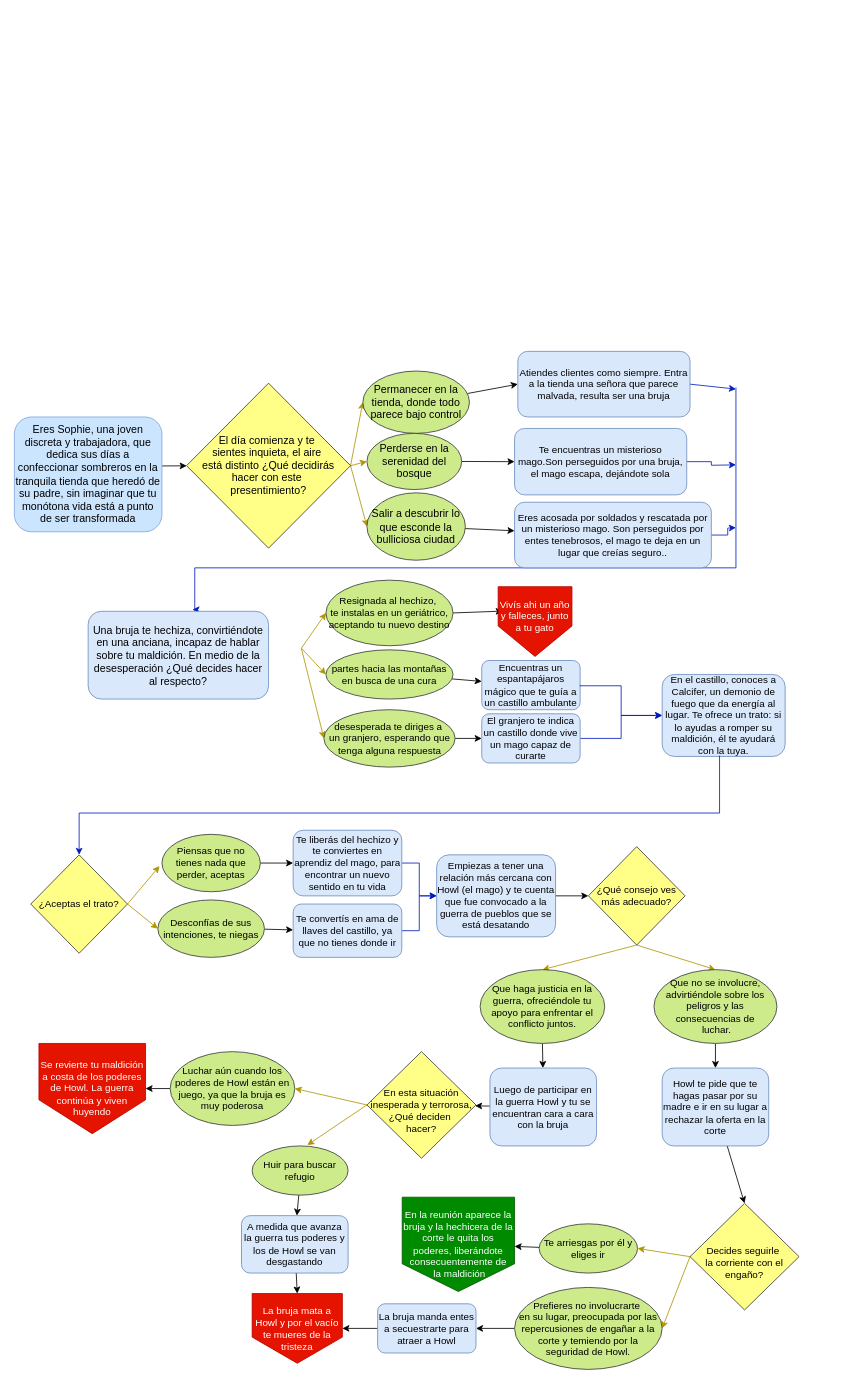
delfinapinto/pmiw keeps this draw.io diagram as Untitled Diagram.drawio. Above is the earlier version. Source tidied: cells renumbered, new cells numbered last; positions are measured from the earlier drawing's top-left corner, leaving out a move shared by most shapes. Both pictures are drawn from the tidied source at 82%, with x=0, y=0 at pixel (14, 351).
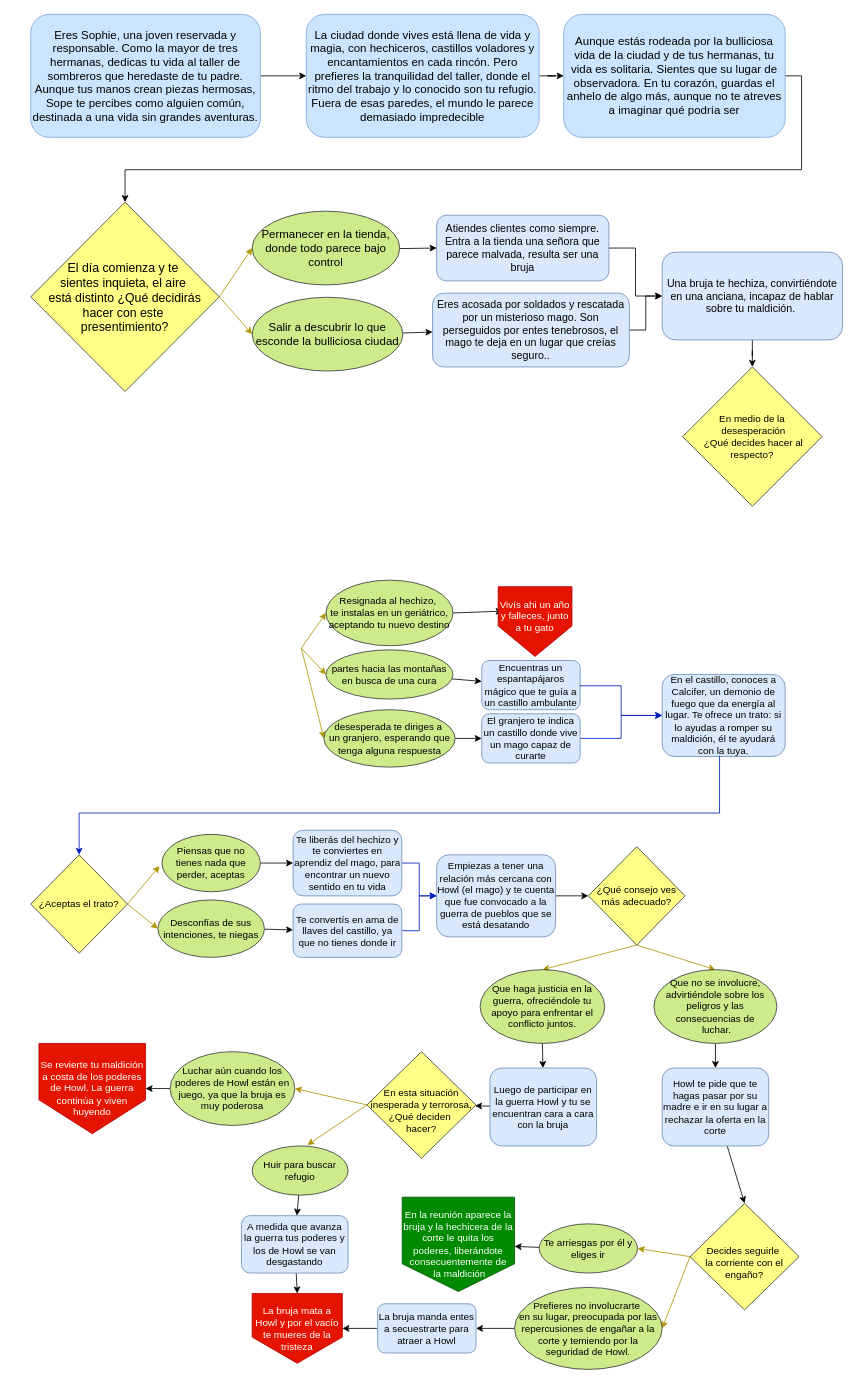
After the change.

Change to the diagram source:
```diff
@@
-    <mxCell id="2" style="rounded=0;jettySize=auto;html=1;fillColor=#1ba1e2;strokeColor=#000000;" parent="1" edge="1" target="7">
-      <mxGeometry relative="1" as="geometry">
-        <mxPoint x="180" y="139.7" as="sourcePoint" />
-      </mxGeometry>
-    </mxCell>
+    <mxCell id="86" style="edgeStyle=orthogonalEdgeStyle;rounded=0;jettySize=auto;html=1;" parent="1" edge="1" source="3" target="91">
+      <mxGeometry relative="1" as="geometry" />
+    </mxCell>
-    <mxCell id="3" value="&lt;font style=&quot;font-size: 13px;&quot;&gt;Eres Sophie, una joven discreta y trabajadora, que dedica sus días a confeccionar sombreros en la tranquila tienda que heredó de su padre, sin imaginar que tu monótona vida está a punto de ser transformada&lt;/font&gt;" style="rounded=1;whiteSpace=wrap;html=1;fontSize=12;glass=0;strokeWidth=1;shadow=0;fillColor=#cce5ff;strokeColor=#7EA6E0;" parent="1" vertex="1">
-      <mxGeometry y="80" width="180" height="140" as="geometry" />
+    <mxCell id="3" value="&lt;font style=&quot;font-size: 14px;&quot;&gt;Eres Sophie, una joven reservada y responsable. Como la mayor de tres hermanas, dedicas tu vida al taller de sombreros que heredaste de tu padre. Aunque tus manos crean piezas hermosas, Sope te percibes como alguien común, destinada a una vida sin grandes aventuras.&lt;/font&gt;" style="rounded=1;whiteSpace=wrap;html=1;fontSize=12;glass=0;strokeWidth=1;shadow=0;fillColor=#cce5ff;strokeColor=#7EA6E0;" parent="1" vertex="1">
+      <mxGeometry x="20" y="-411" width="280" height="150" as="geometry" />
     </mxCell>
@@
-    <mxCell id="5" style="rounded=0;jettySize=auto;html=1;exitX=1;exitY=0.5;exitDx=0;exitDy=0;entryX=0;entryY=0.5;entryDx=0;entryDy=0;fillColor=#e3c800;strokeColor=#B09500;" parent="1" edge="1" source="7" target="11">
-      <mxGeometry relative="1" as="geometry" />
-    </mxCell>
@@
-    <mxCell id="7" value="&lt;font style=&quot;font-size: 13px;&quot;&gt;El día comienza&lt;/font&gt;&lt;span style=&quot;background-color: initial; font-size: 13px;&quot;&gt;&amp;nbsp;y te&amp;nbsp;&lt;/span&gt;&lt;div&gt;&lt;span style=&quot;background-color: initial; font-size: 13px;&quot;&gt;sientes&amp;nbsp;&lt;/span&gt;&lt;span style=&quot;background-color: initial; font-size: 13px;&quot;&gt;inquieta, el aire&amp;nbsp;&lt;/span&gt;&lt;/div&gt;&lt;div&gt;&lt;span style=&quot;background-color: initial; font-size: 13px;&quot;&gt;está distinto&lt;/span&gt;&lt;span style=&quot;font-size: 13px; background-color: initial;&quot;&gt;&amp;nbsp;¿Qué decidirás hacer&amp;nbsp;&lt;/span&gt;&lt;span style=&quot;font-size: 13px; background-color: initial;&quot;&gt;con&amp;nbsp;&lt;/span&gt;&lt;span style=&quot;font-size: 13px; background-color: initial;&quot;&gt;este&amp;nbsp;&lt;/span&gt;&lt;/div&gt;&lt;div&gt;&lt;span style=&quot;font-size: 13px; background-color: initial;&quot;&gt;presentimiento&lt;/span&gt;&lt;span style=&quot;font-size: 13px; background-color: initial;&quot;&gt;?&lt;/span&gt;&lt;/div&gt;" style="rhombus;whiteSpace=wrap;html=1;fillColor=#ffff88;strokeColor=#36393d;" parent="1" vertex="1">
-      <mxGeometry x="210" y="38.8" width="200" height="201.2" as="geometry" />
+    <mxCell id="7" value="&lt;font style=&quot;font-size: 15px;&quot;&gt;&lt;font style=&quot;font-size: 15px;&quot;&gt;El día comienza&lt;/font&gt;&lt;span style=&quot;background-color: initial;&quot;&gt;&amp;nbsp;y te&amp;nbsp;&lt;/span&gt;&lt;/font&gt;&lt;div style=&quot;font-size: 15px;&quot;&gt;&lt;font style=&quot;font-size: 15px;&quot;&gt;&lt;span style=&quot;background-color: initial;&quot;&gt;sientes&amp;nbsp;&lt;/span&gt;&lt;span style=&quot;background-color: initial;&quot;&gt;inquieta, el aire&amp;nbsp;&lt;/span&gt;&lt;/font&gt;&lt;/div&gt;&lt;div style=&quot;font-size: 15px;&quot;&gt;&lt;font style=&quot;font-size: 15px;&quot;&gt;&lt;span style=&quot;background-color: initial;&quot;&gt;está distinto&lt;/span&gt;&lt;span style=&quot;background-color: initial;&quot;&gt;&amp;nbsp;¿Qué decidirás hacer&amp;nbsp;&lt;/span&gt;&lt;span style=&quot;background-color: initial;&quot;&gt;con&amp;nbsp;&lt;/span&gt;&lt;span style=&quot;background-color: initial;&quot;&gt;este&amp;nbsp;&lt;/span&gt;&lt;/font&gt;&lt;/div&gt;&lt;div style=&quot;font-size: 15px;&quot;&gt;&lt;font style=&quot;font-size: 15px;&quot;&gt;&lt;span style=&quot;background-color: initial;&quot;&gt;presentimiento&lt;/span&gt;&lt;span style=&quot;background-color: initial;&quot;&gt;?&lt;/span&gt;&lt;/font&gt;&lt;/div&gt;" style="rhombus;whiteSpace=wrap;html=1;fillColor=#ffff88;strokeColor=#36393d;" parent="1" vertex="1">
+      <mxGeometry x="20" y="-182" width="230" height="231" as="geometry" />
     </mxCell>
@@
-    <mxCell id="9" value="&lt;font style=&quot;font-size: 13px;&quot;&gt;Permanecer en la tienda, donde todo parece bajo control&lt;/font&gt;" style="ellipse;whiteSpace=wrap;html=1;fillColor=#cdeb8b;strokeColor=#36393d;" parent="1" vertex="1">
-      <mxGeometry x="425" y="24" width="130" height="76" as="geometry" />
+    <mxCell id="9" value="&lt;font style=&quot;font-size: 14px;&quot;&gt;Permanecer en la tienda, donde todo parece bajo control&lt;/font&gt;" style="ellipse;whiteSpace=wrap;html=1;fillColor=#cdeb8b;strokeColor=#36393d;" parent="1" vertex="1">
+      <mxGeometry x="290" y="-171" width="180" height="90" as="geometry" />
     </mxCell>
-    <mxCell id="10" style="rounded=0;jettySize=auto;html=1;fillColor=#60a917;strokeColor=#000000;entryX=0;entryY=0.5;entryDx=0;entryDy=0;" parent="1" edge="1" source="11" target="19">
-      <mxGeometry relative="1" as="geometry" />
-    </mxCell>
-    <mxCell id="11" value="&lt;font style=&quot;font-size: 13px;&quot;&gt;Perderse en la serenidad del bosque&lt;/font&gt;" style="ellipse;whiteSpace=wrap;html=1;fillColor=#cdeb8b;strokeColor=#36393d;" parent="1" vertex="1">
-      <mxGeometry x="430" y="100" width="115.5" height="68.5" as="geometry" />
-    </mxCell>
@@
-    <mxCell id="13" value="&lt;font style=&quot;font-size: 13px;&quot;&gt;Salir a descubrir lo que esconde la bulliciosa ciudad&lt;/font&gt;" style="ellipse;whiteSpace=wrap;html=1;fillColor=#cdeb8b;strokeColor=#36393d;" parent="1" vertex="1">
-      <mxGeometry x="430" y="172.5" width="120" height="82.2" as="geometry" />
+    <mxCell id="13" value="&lt;font style=&quot;font-size: 14px;&quot;&gt;Salir a descubrir lo que esconde la bulliciosa ciudad&lt;/font&gt;" style="ellipse;whiteSpace=wrap;html=1;fillColor=#cdeb8b;strokeColor=#36393d;" parent="1" vertex="1">
+      <mxGeometry x="290" y="-66" width="183.8" height="90" as="geometry" />
     </mxCell>
-    <mxCell id="14" style="edgeStyle=orthogonalEdgeStyle;rounded=0;jettySize=auto;html=1;entryX=0.578;entryY=-0.019;entryDx=0;entryDy=0;fillColor=#0050ef;strokeColor=#001DBC;entryPerimeter=0;" parent="1" edge="1" target="23">
-      <mxGeometry relative="1" as="geometry">
-        <mxPoint x="880" y="44" as="sourcePoint" />
-        <Array as="points">
-          <mxPoint x="880" y="264" />
-          <mxPoint x="220" y="264" />
-          <mxPoint x="220" y="315" />
-        </Array>
-      </mxGeometry>
-    </mxCell>
-    <mxCell id="15" style="rounded=0;jettySize=auto;html=1;exitX=1;exitY=0.5;exitDx=0;exitDy=0;fillColor=#0050ef;strokeColor=#001DBC;" parent="1" edge="1" source="16">
-      <mxGeometry relative="1" as="geometry">
-        <mxPoint x="880" y="46" as="targetPoint" />
-      </mxGeometry>
-    </mxCell>
+    <mxCell id="87" style="edgeStyle=orthogonalEdgeStyle;rounded=0;jettySize=auto;html=1;" parent="1" edge="1" source="16" target="23">
+      <mxGeometry relative="1" as="geometry" />
+    </mxCell>
-    <mxCell id="16" value="Atiendes clientes como siempre. Entra a la tienda una señora que parece malvada, resulta ser una bruja" style="whiteSpace=wrap;html=1;rounded=1;fillColor=#dae8fc;strokeColor=#6c8ebf;" parent="1" vertex="1">
-      <mxGeometry x="614" width="210" height="80" as="geometry" />
+    <mxCell id="16" value="&lt;font style=&quot;font-size: 13px;&quot;&gt;Atiendes clientes como siempre. Entra a la tienda una señora que parece malvada, resulta ser una bruja&lt;/font&gt;" style="whiteSpace=wrap;html=1;rounded=1;fillColor=#dae8fc;strokeColor=#6c8ebf;" parent="1" vertex="1">
+      <mxGeometry x="515" y="-166" width="210" height="80" as="geometry" />
     </mxCell>
-    <mxCell id="17" style="rounded=0;jettySize=auto;html=1;fillColor=#6a00ff;strokeColor=#3700CC;" parent="1" edge="1" source="19">
-      <mxGeometry relative="1" as="geometry">
-        <mxPoint x="800" y="140" as="targetPoint" />
-      </mxGeometry>
-    </mxCell>
-    <mxCell id="18" style="edgeStyle=orthogonalEdgeStyle;rounded=0;jettySize=auto;html=1;exitX=1;exitY=0.5;exitDx=0;exitDy=0;fillColor=#0050ef;strokeColor=#001DBC;" parent="1" edge="1" source="19">
-      <mxGeometry relative="1" as="geometry">
-        <mxPoint x="880" y="138.4" as="targetPoint" />
-      </mxGeometry>
-    </mxCell>
-    <mxCell id="19" value="Te encuentras un misterioso mago.Son perseguidos por una bruja, el mago escapa, dejándote sola" style="rounded=1;whiteSpace=wrap;html=1;fillColor=#dae8fc;strokeColor=#6c8ebf;" parent="1" vertex="1">
-      <mxGeometry x="610" y="94" width="210" height="81" as="geometry" />
-    </mxCell>
-    <mxCell id="20" style="edgeStyle=orthogonalEdgeStyle;rounded=0;jettySize=auto;html=1;fillColor=#0050ef;strokeColor=#001DBC;" parent="1" edge="1" source="21">
-      <mxGeometry relative="1" as="geometry">
-        <mxPoint x="880" y="215" as="targetPoint" />
-      </mxGeometry>
-    </mxCell>
+    <mxCell id="88" style="edgeStyle=orthogonalEdgeStyle;rounded=0;jettySize=auto;html=1;" parent="1" edge="1" source="21" target="23">
+      <mxGeometry relative="1" as="geometry" />
+    </mxCell>
-    <mxCell id="21" value="Eres acosada por soldados y rescatada por un misterioso mago. Son perseguidos por entes tenebrosos, el mago te deja en un lugar  que creías seguro.." style="rounded=1;whiteSpace=wrap;html=1;fillColor=#dae8fc;strokeColor=#6c8ebf;" parent="1" vertex="1">
-      <mxGeometry x="610" y="184" width="240" height="80" as="geometry" />
+    <mxCell id="21" value="&lt;font style=&quot;font-size: 13px;&quot;&gt;Eres acosada por soldados y rescatada por un misterioso mago. Son perseguidos por entes tenebrosos, el mago te deja en un lugar  que creías seguro..&lt;/font&gt;" style="rounded=1;whiteSpace=wrap;html=1;fillColor=#dae8fc;strokeColor=#6c8ebf;" parent="1" vertex="1">
+      <mxGeometry x="510" y="-71" width="240" height="90" as="geometry" />
     </mxCell>
-    <mxCell id="22" style="rounded=0;jettySize=auto;html=1;exitX=1;exitY=0.5;exitDx=0;exitDy=0;entryX=0;entryY=0.5;entryDx=0;entryDy=0;" parent="1" edge="1" source="23">
-      <mxGeometry relative="1" as="geometry">
-        <mxPoint x="210" y="362" as="targetPoint" />
-      </mxGeometry>
-    </mxCell>
+    <mxCell id="89" style="edgeStyle=orthogonalEdgeStyle;rounded=0;jettySize=auto;html=1;" parent="1" edge="1" source="23" target="94">
+      <mxGeometry relative="1" as="geometry" />
+    </mxCell>
-    <mxCell id="23" value="&lt;font style=&quot;font-size: 13px;&quot;&gt;Una bruja te hechiza, convirtiéndote en una anciana, incapaz de hablar sobre tu maldición. En medio de la desesperación ¿Qué decides hacer al respecto?&lt;/font&gt;" style="rounded=1;whiteSpace=wrap;html=1;fillColor=#dae8fc;strokeColor=#6c8ebf;" parent="1" vertex="1">
-      <mxGeometry x="90" y="317" width="220" height="107" as="geometry" />
+    <mxCell id="23" value="&lt;font style=&quot;font-size: 13px;&quot;&gt;Una bruja te hechiza, convirtiéndote en una anciana, incapaz de hablar sobre tu maldición.&amp;nbsp;&lt;/font&gt;" style="rounded=1;whiteSpace=wrap;html=1;fillColor=#dae8fc;strokeColor=#6c8ebf;" parent="1" vertex="1">
+      <mxGeometry x="790" y="-121" width="220" height="107" as="geometry" />
     </mxCell>
@@
+    <mxCell id="90" style="edgeStyle=orthogonalEdgeStyle;rounded=0;jettySize=auto;html=1;" parent="1" edge="1" source="91" target="93">
+      <mxGeometry relative="1" as="geometry" />
+    </mxCell>
+    <mxCell id="91" value="&lt;font style=&quot;font-size: 14px;&quot;&gt;La ciudad donde vives está llena de vida y magia, con hechiceros, castillos voladores y encantamientos en cada rincón. Pero prefieres la tranquilidad del taller, donde el ritmo del trabajo y lo conocido son tu refugio. Fuera de esas paredes, el mundo le parece demasiado impredecible&lt;/font&gt;" style="rounded=1;whiteSpace=wrap;html=1;fontSize=12;glass=0;strokeWidth=1;shadow=0;fillColor=#cce5ff;strokeColor=#7EA6E0;" parent="1" vertex="1">
+      <mxGeometry x="356" y="-411" width="284" height="150" as="geometry" />
+    </mxCell>
+    <mxCell id="92" style="edgeStyle=orthogonalEdgeStyle;rounded=0;jettySize=auto;html=1;exitX=1;exitY=0.5;exitDx=0;exitDy=0;" parent="1" edge="1" source="93" target="7">
+      <mxGeometry relative="1" as="geometry" />
+    </mxCell>
+    <mxCell id="93" value="&lt;font style=&quot;font-size: 14px;&quot;&gt;Aunque estás rodeada por la bulliciosa vida de la ciudad y de tus hermanas, tu vida es solitaria. Sientes que su lugar de observadora. En tu corazón, guardas el anhelo de algo más, aunque no te atreves a imaginar qué podría ser&lt;/font&gt;" style="rounded=1;whiteSpace=wrap;html=1;fontSize=12;glass=0;strokeWidth=1;shadow=0;fillColor=#cce5ff;strokeColor=#7EA6E0;" parent="1" vertex="1">
+      <mxGeometry x="670" y="-411" width="270" height="150" as="geometry" />
+    </mxCell>
+    <mxCell id="94" value="&lt;div&gt;En medio de la&lt;/div&gt;&lt;div&gt;&amp;nbsp;desesperación&lt;/div&gt;&lt;div&gt;&amp;nbsp;¿Qué decides hacer al respecto?&lt;/div&gt;" style="rhombus;whiteSpace=wrap;html=1;fillColor=#ffff88;strokeColor=#36393d;" parent="1" vertex="1">
+      <mxGeometry x="815" y="19" width="170" height="170" as="geometry" />
+    </mxCell>
```
